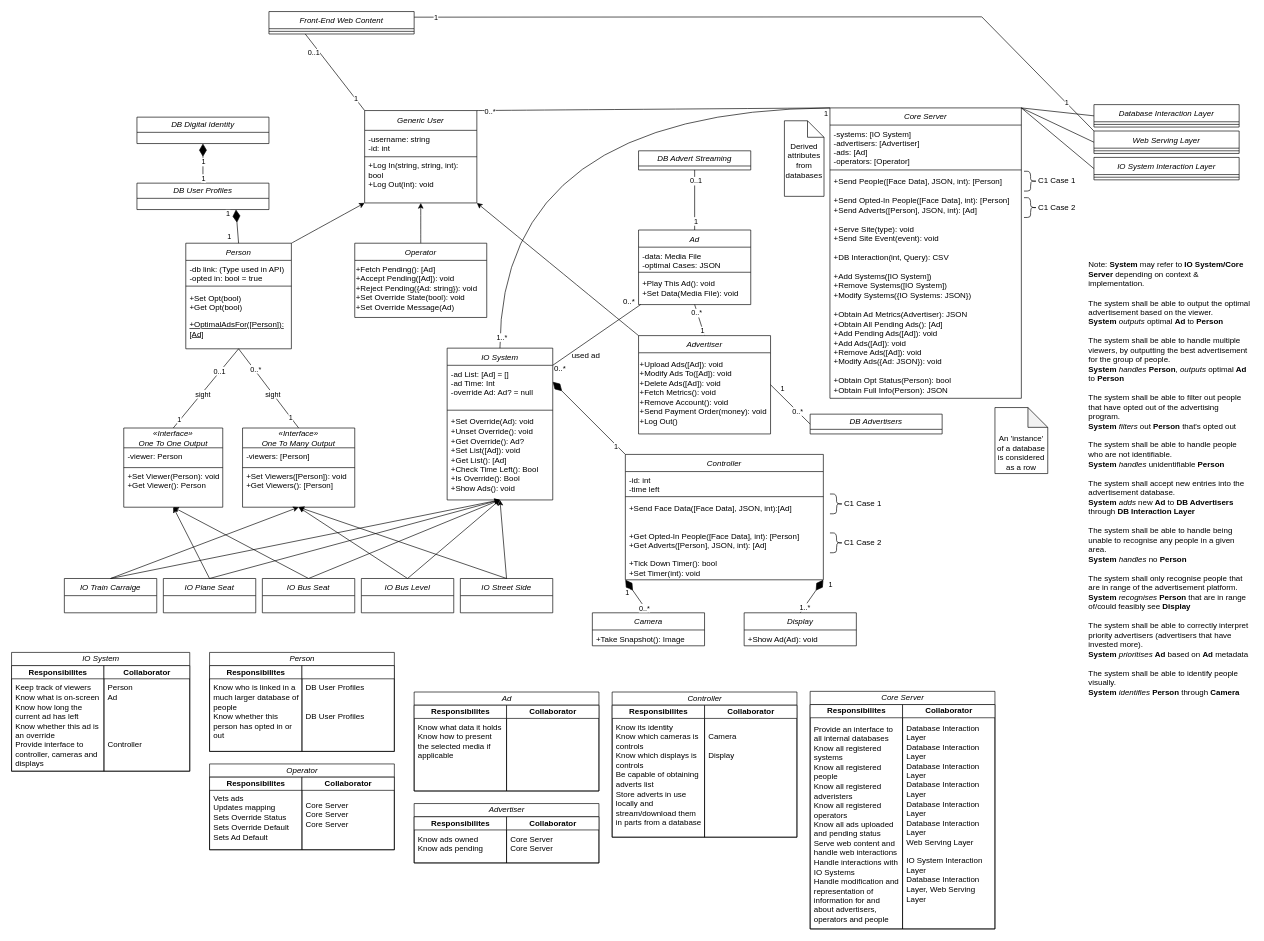
Before: page "Page-1" (1 of 2) of class-diagram.drawio in pseud0n/sepp-diagrams, a draw.io diagram. Source tidied: cells renumbered, new cells numbered last; positions are measured from the earlier drawing's top-left corner, leaving out a move shared by most shapes. Both pictures are drawn from the tidied source at 66%, with x=0, y=0 at pixel (11, 11).
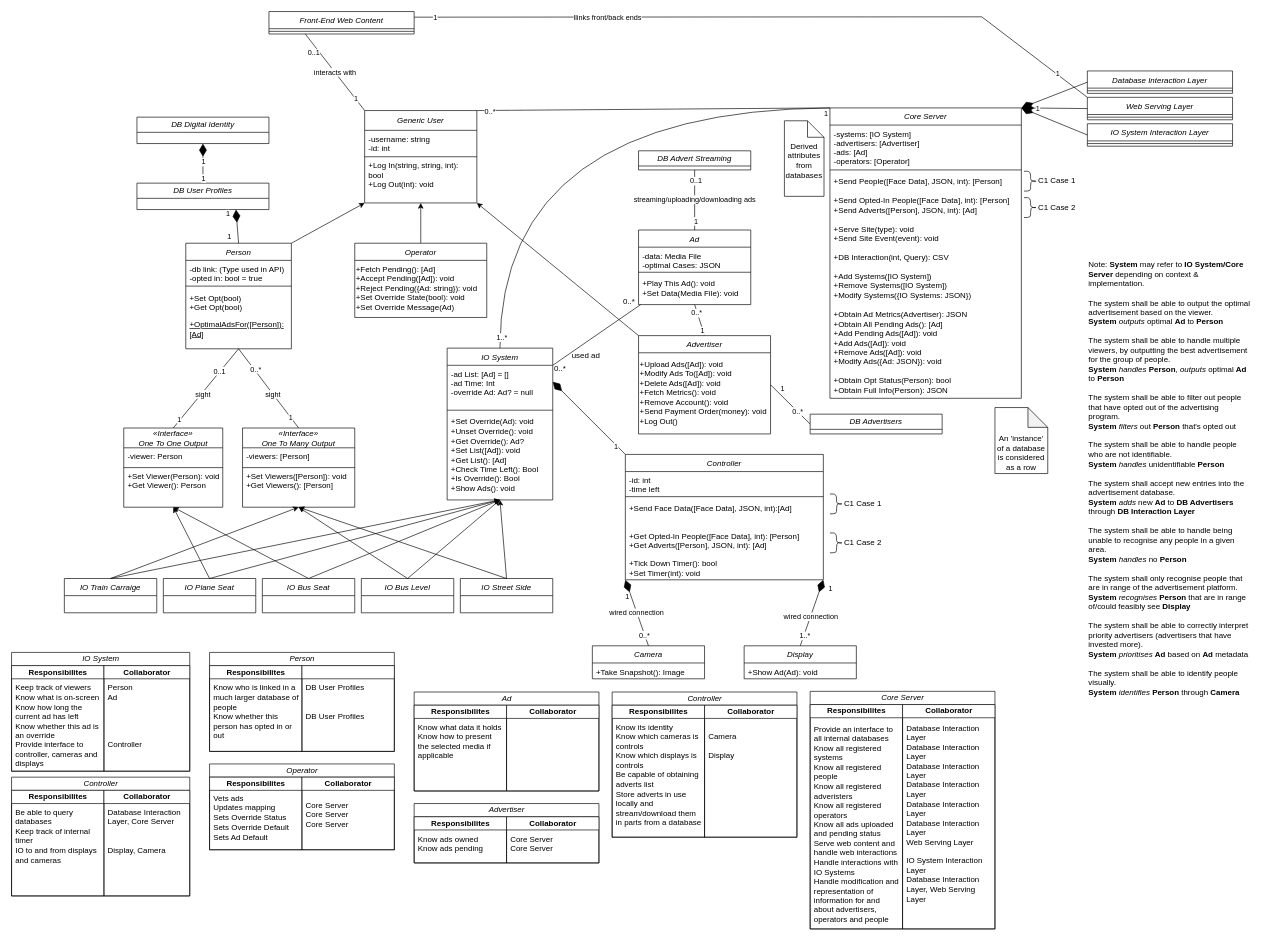
After the change.

Unchanged cells that the change refers to:
```xml
<mxCell id="6" value="Ad" style="swimlane;fontStyle=2;align=center;verticalAlign=top;horizontal=1;startSize=26;rounded=0;shadow=0;strokeWidth=1;" parent="1" vertex="1">
  <mxGeometry x="950" y="331" width="170" height="113" as="geometry" />
</mxCell>
<mxCell id="59" value="Controller" style="swimlane;fontStyle=2;align=center;verticalAlign=top;horizontal=1;startSize=26;rounded=0;shadow=0;strokeWidth=1;" parent="1" vertex="1">
  <mxGeometry x="930" y="671" width="300" height="190" as="geometry" />
</mxCell>
<mxCell id="72" style="endArrow=diamondThin;html=1;rounded=0;startSize=17;sourcePerimeterSpacing=20;targetPerimeterSpacing=20;exitX=0.5;exitY=0;exitDx=0;exitDy=0;entryX=1;entryY=1;entryDx=0;entryDy=0;startArrow=none;startFill=0;endSize=17;endFill=1;" parent="1" edge="1" source="65" target="59">
  <mxGeometry relative="1" as="geometry" />
</mxCell>
<mxCell id="100" value="&lt;i style=&quot;font-weight: normal;&quot;&gt;DB Advert Streaming&lt;/i&gt;" style="swimlane;whiteSpace=wrap;html=1;" parent="1" vertex="1">
  <mxGeometry x="950" y="211" width="170" height="29" as="geometry" />
</mxCell>
<mxCell id="110" value="Core Server" style="swimlane;fontStyle=2;align=center;verticalAlign=top;horizontal=1;startSize=26;rounded=0;shadow=0;strokeWidth=1;" parent="1" vertex="1">
  <mxGeometry x="1240" y="146" width="290" height="440" as="geometry" />
</mxCell>
<mxCell id="137" value="&lt;span style=&quot;background-color: initial;&quot;&gt;Generic User&lt;/span&gt;" style="swimlane;fontStyle=2;horizontal=1;startSize=30;whiteSpace=wrap;html=1;" parent="1" vertex="1">
  <mxGeometry x="535" y="150" width="170" height="140" as="geometry" />
</mxCell>
<mxCell id="165" value="Front-End Web Content" style="swimlane;fontStyle=2;align=center;verticalAlign=top;horizontal=1;startSize=26;rounded=0;shadow=0;strokeWidth=1;" parent="1" vertex="1">
  <mxGeometry x="390" width="220" height="34" as="geometry" />
</mxCell>
<mxCell id="170" style="endArrow=none;html=1;rounded=0;entryX=0;entryY=0;entryDx=0;entryDy=0;exitX=1;exitY=0.25;exitDx=0;exitDy=0;" parent="1" edge="1" source="165" target="114">
  <mxGeometry relative="1" as="geometry">
    <Array as="points">
      <mxPoint x="1470" y="8" />
    </Array>
  </mxGeometry>
</mxCell>
```

The edit, as a diff of the source:
```diff
@@
     <mxCell id="63" value="Camera" style="swimlane;fontStyle=2;align=center;verticalAlign=top;horizontal=1;startSize=26;rounded=0;shadow=0;strokeWidth=1;" parent="1" vertex="1">
-      <mxGeometry x="880" y="911" width="170" height="50" as="geometry" />
+      <mxGeometry x="880" y="961" width="170" height="50" as="geometry" />
     </mxCell>
@@
     <mxCell id="65" value="Display" style="swimlane;fontStyle=2;align=center;verticalAlign=top;horizontal=1;startSize=26;rounded=0;shadow=0;strokeWidth=1;" parent="1" vertex="1">
-      <mxGeometry x="1110" y="911" width="170" height="50" as="geometry" />
+      <mxGeometry x="1110" y="961" width="170" height="50" as="geometry" />
     </mxCell>
@@
-    <mxCell id="69" style="endArrow=diamondThin;html=1;rounded=0;startSize=17;sourcePerimeterSpacing=20;targetPerimeterSpacing=20;exitX=0.5;exitY=0;exitDx=0;exitDy=0;entryX=0;entryY=1;entryDx=0;entryDy=0;startArrow=none;startFill=0;endSize=17;endFill=1;" parent="1" edge="1" source="63" target="59">
+    <mxCell id="69" value="wired connection" style="endArrow=diamondThin;html=1;rounded=0;startSize=17;sourcePerimeterSpacing=20;targetPerimeterSpacing=20;exitX=0.5;exitY=0;exitDx=0;exitDy=0;entryX=0;entryY=1;entryDx=0;entryDy=0;startArrow=none;startFill=0;endSize=17;endFill=1;" parent="1" edge="1" source="63" target="59">
       <mxGeometry relative="1" as="geometry" />
     </mxCell>
@@
+    <mxCell id="173" value="wired connection" style="edgeLabel;html=1;align=center;verticalAlign=middle;" parent="72" vertex="1">
+      <mxGeometry x="-0.12" relative="1" as="geometry" />
+    </mxCell>
@@
-    <mxCell id="101" style="endArrow=none;html=1;rounded=0;startSize=17;sourcePerimeterSpacing=0;targetPerimeterSpacing=0;exitX=0.5;exitY=0;exitDx=0;exitDy=0;entryX=0.5;entryY=1;entryDx=0;entryDy=0;" parent="1" edge="1" source="6" target="100">
+    <mxCell id="101" value="streaming/uploading/downloading ads" style="endArrow=none;html=1;rounded=0;startSize=17;sourcePerimeterSpacing=0;targetPerimeterSpacing=0;exitX=0.5;exitY=0;exitDx=0;exitDy=0;entryX=0.5;entryY=1;entryDx=0;entryDy=0;" parent="1" edge="1" source="6" target="100">
       <mxGeometry relative="1" as="geometry" />
     </mxCell>
@@
     <mxCell id="114" value="Web Serving Layer" style="swimlane;fontStyle=2;align=center;verticalAlign=top;horizontal=1;startSize=26;rounded=0;shadow=0;strokeWidth=1;" parent="1" vertex="1">
-      <mxGeometry x="1640" y="181" width="220" height="34" as="geometry" />
+      <mxGeometry x="1630" y="130" width="220" height="34" as="geometry" />
     </mxCell>
@@
     <mxCell id="116" value="Database Interaction Layer" style="swimlane;fontStyle=2;align=center;verticalAlign=top;horizontal=1;startSize=26;rounded=0;shadow=0;strokeWidth=1;" parent="1" vertex="1">
-      <mxGeometry x="1640" y="141" width="220" height="34" as="geometry" />
+      <mxGeometry x="1630" y="90" width="220" height="34" as="geometry" />
     </mxCell>
@@
     <mxCell id="118" value="IO System Interaction Layer" style="swimlane;fontStyle=2;align=center;verticalAlign=top;horizontal=1;startSize=26;rounded=0;shadow=0;strokeWidth=1;" parent="1" vertex="1">
-      <mxGeometry x="1640" y="221" width="220" height="34" as="geometry" />
+      <mxGeometry x="1630" y="170" width="220" height="34" as="geometry" />
     </mxCell>
@@
-    <mxCell id="120" style="endArrow=none;html=1;rounded=0;startSize=0;endSize=17;exitX=0;exitY=0.5;exitDx=0;exitDy=0;entryX=1;entryY=0;entryDx=0;entryDy=0;" parent="1" edge="1" source="116" target="110">
+    <mxCell id="120" style="endArrow=none;html=1;rounded=0;startSize=17;endSize=17;exitX=1;exitY=0;exitDx=0;exitDy=0;startArrow=diamondThin;startFill=1;entryX=0;entryY=0.5;entryDx=0;entryDy=0;" parent="1" edge="1" source="110" target="116">
       <mxGeometry relative="1" as="geometry" />
     </mxCell>
-    <mxCell id="121" style="endArrow=none;html=1;rounded=0;startSize=0;endSize=17;exitX=1;exitY=0;exitDx=0;exitDy=0;entryX=0;entryY=0.5;entryDx=0;entryDy=0;" parent="1" edge="1" source="110" target="114">
+    <mxCell id="121" style="endArrow=none;html=1;rounded=0;startSize=17;endSize=17;exitX=1;exitY=0;exitDx=0;exitDy=0;entryX=0;entryY=0.5;entryDx=0;entryDy=0;startArrow=diamondThin;startFill=1;" parent="1" edge="1" source="110" target="114">
       <mxGeometry relative="1" as="geometry" />
     </mxCell>
+    <mxCell id="174" value="1" style="edgeLabel;html=1;align=center;verticalAlign=middle;" parent="121" vertex="1">
+      <mxGeometry x="-0.35" y="1" relative="1" as="geometry">
+        <mxPoint x="-9" y="1" as="offset" />
+      </mxGeometry>
+    </mxCell>
-    <mxCell id="122" style="endArrow=none;html=1;rounded=0;startSize=0;endSize=17;exitX=1;exitY=0;exitDx=0;exitDy=0;entryX=0;entryY=0.5;entryDx=0;entryDy=0;" parent="1" edge="1" source="110" target="118">
+    <mxCell id="122" style="endArrow=none;html=1;rounded=0;startSize=17;endSize=17;exitX=1;exitY=0;exitDx=0;exitDy=0;entryX=0;entryY=0.5;entryDx=0;entryDy=0;startArrow=diamondThin;startFill=1;" parent="1" edge="1" source="110" target="118">
       <mxGeometry relative="1" as="geometry" />
     </mxCell>
@@
-    <mxCell id="167" style="endArrow=none;html=1;rounded=0;exitX=0;exitY=0;exitDx=0;exitDy=0;entryX=0.25;entryY=1;entryDx=0;entryDy=0;" parent="1" edge="1" source="137" target="165">
+    <mxCell id="167" value="interacts with" style="endArrow=none;html=1;rounded=0;exitX=0;exitY=0;exitDx=0;exitDy=0;entryX=0.25;entryY=1;entryDx=0;entryDy=0;" parent="1" edge="1" source="137" target="165">
       <mxGeometry relative="1" as="geometry" />
     </mxCell>
@@
+    <mxCell id="175" value="llinks front/back ends" style="edgeLabel;html=1;align=center;verticalAlign=middle;" parent="170" vertex="1">
+      <mxGeometry x="-0.45" y="-1" relative="1" as="geometry" />
+    </mxCell>
+    <mxCell id="176" value="Controller" style="swimlane;startSize=20;html=1;fontStyle=2;" parent="1" vertex="1">
+      <mxGeometry y="1160" width="270" height="180" as="geometry" />
+    </mxCell>
+    <mxCell id="177" value="Responsibilites" style="swimlane;startSize=20;html=1;" parent="176" vertex="1">
+      <mxGeometry y="20" width="140" height="160" as="geometry" />
+    </mxCell>
+    <mxCell id="178" value="&lt;div&gt;Be able to query databases&lt;/div&gt;&lt;div&gt;Keep track of internal timer&lt;/div&gt;&lt;div&gt;IO to and from displays and cameras&lt;/div&gt;" style="text;html=1;strokeColor=none;fillColor=none;align=left;verticalAlign=top;whiteSpace=wrap;rounded=0;spacingLeft=4;spacingRight=4;" parent="177" vertex="1">
+      <mxGeometry y="20" width="140" height="140" as="geometry" />
+    </mxCell>
+    <mxCell id="179" value="Collaborator" style="swimlane;startSize=20;html=1;swimlaneLine=1;gradientColor=none;fillColor=default;" parent="176" vertex="1">
+      <mxGeometry x="140" y="20" width="130" height="160" as="geometry" />
+    </mxCell>
+    <mxCell id="180" value="&lt;div&gt;Database Interaction Layer, Core Server&lt;/div&gt;&lt;div&gt;&lt;br&gt;&lt;/div&gt;&lt;div&gt;&lt;br&gt;&lt;/div&gt;&lt;div&gt;Display, Camera&lt;/div&gt;" style="text;html=1;strokeColor=none;fillColor=none;align=left;verticalAlign=top;whiteSpace=wrap;rounded=0;spacingLeft=4;spacingRight=4;" parent="179" vertex="1">
+      <mxGeometry y="20" width="130" height="140" as="geometry" />
+    </mxCell>
```
